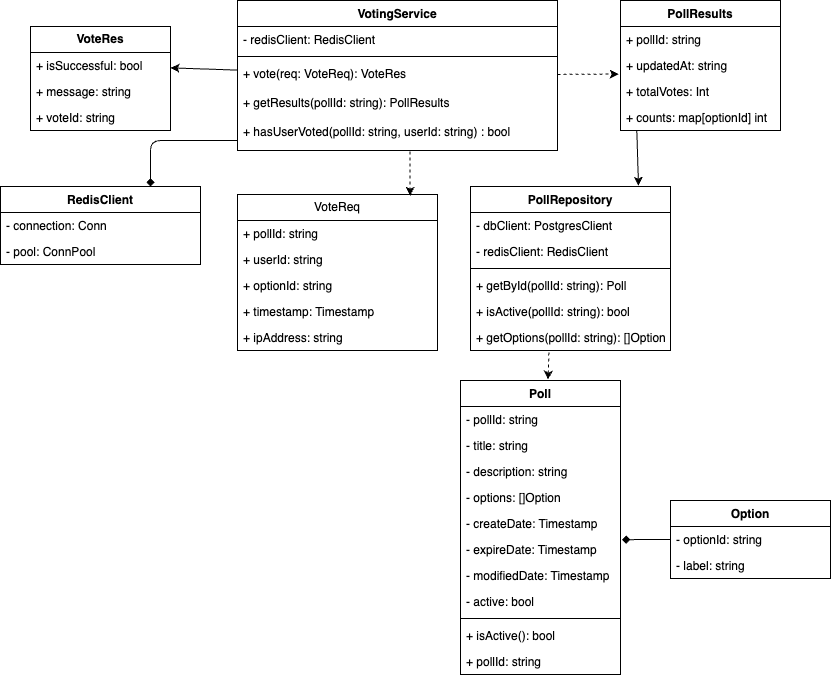
brunohaetinger/green-team keeps this draw.io diagram as 2026-03-02-voting-architecture/voting-service-class-diagram.drawio.png. Above is the earlier version. Source tidied: cells renumbered, new cells last; positions are measured from the earlier drawing's top-left corner, leaving out a move shared by most shapes.
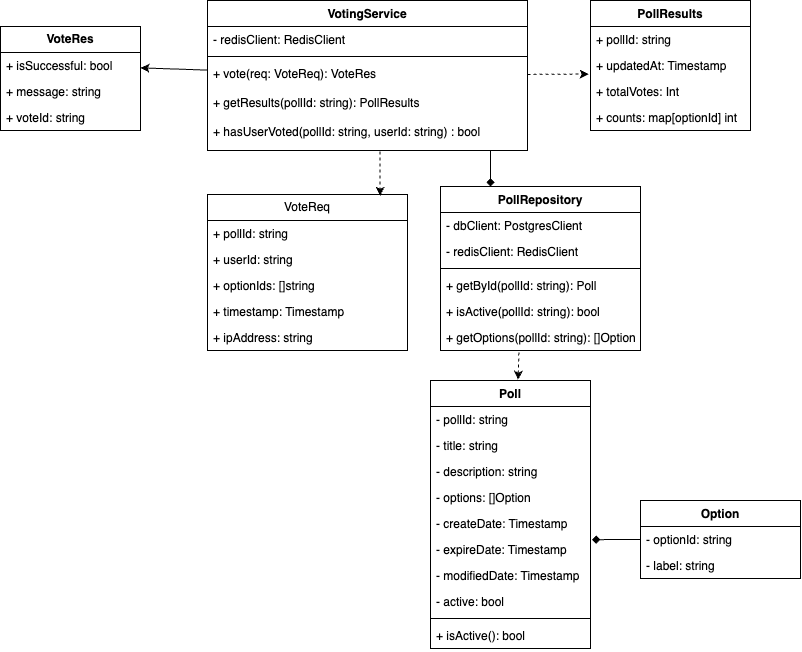
The same file after the commit.

What changed in the source:
```diff
@@ -29,7 +29,7 @@
     <mxCell id="10" value="+ userId: string" style="text;strokeColor=none;fillColor=none;align=left;verticalAlign=top;spacingLeft=4;spacingRight=4;overflow=hidden;whiteSpace=wrap;html=1;" parent="8" vertex="1">
       <mxGeometry y="52" width="200" height="26" as="geometry" />
     </mxCell>
-    <mxCell id="11" value="+ optionId: string" style="text;strokeColor=none;fillColor=none;align=left;verticalAlign=top;spacingLeft=4;spacingRight=4;overflow=hidden;whiteSpace=wrap;html=1;" parent="8" vertex="1">
+    <mxCell id="11" value="+ optionIds: []string" style="text;strokeColor=none;fillColor=none;align=left;verticalAlign=top;spacingLeft=4;spacingRight=4;overflow=hidden;whiteSpace=wrap;html=1;" parent="8" vertex="1">
       <mxGeometry y="78" width="200" height="26" as="geometry" />
     </mxCell>
     <mxCell id="12" value="+ timestamp: Timestamp" style="text;strokeColor=none;fillColor=none;align=left;verticalAlign=top;spacingLeft=4;spacingRight=4;overflow=hidden;whiteSpace=wrap;html=1;" parent="8" vertex="1">
@@ -51,7 +51,7 @@
       <mxGeometry y="78" width="140" height="26" as="geometry" />
     </mxCell>
     <mxCell id="18" value="Poll" style="swimlane;fontStyle=1;align=center;verticalAlign=top;horizontal=1;startSize=26;whiteSpace=wrap;html=1;" parent="1" vertex="1">
-      <mxGeometry x="460" y="380" width="160" height="294" as="geometry" />
+      <mxGeometry x="460" y="380" width="160" height="268" as="geometry" />
     </mxCell>
     <mxCell id="19" value="- pollId: string" style="text;strokeColor=none;fillColor=none;align=left;verticalAlign=top;spacingLeft=4;spacingRight=4;overflow=hidden;whiteSpace=wrap;html=1;" parent="18" vertex="1">
       <mxGeometry y="26" width="160" height="26" as="geometry" />
@@ -83,9 +83,6 @@
     <mxCell id="28" value="+ isActive(): bool" style="text;strokeColor=none;fillColor=none;align=left;verticalAlign=top;spacingLeft=4;spacingRight=4;overflow=hidden;whiteSpace=wrap;html=1;" parent="18" vertex="1">
       <mxGeometry y="242" width="160" height="26" as="geometry" />
     </mxCell>
-    <mxCell id="29" value="+ pollId: string" style="text;strokeColor=none;fillColor=none;align=left;verticalAlign=top;spacingLeft=4;spacingRight=4;overflow=hidden;whiteSpace=wrap;html=1;" parent="18" vertex="1">
-      <mxGeometry y="268" width="160" height="26" as="geometry" />
-    </mxCell>
     <mxCell id="30" value="Option" style="swimlane;fontStyle=1;align=center;verticalAlign=top;horizontal=1;startSize=26;whiteSpace=wrap;html=1;" parent="1" vertex="1">
       <mxGeometry x="670" y="500" width="160" height="78" as="geometry" />
     </mxCell>
@@ -101,16 +98,13 @@
     <mxCell id="34" style="endArrow=classic;html=1;exitX=0.392;exitY=1.08;exitDx=0;exitDy=0;dashed=1;entryX=0.547;entryY=-0.003;entryDx=0;entryDy=0;entryPerimeter=0;exitPerimeter=0;" parent="1" edge="1" source="48" target="18">
       <mxGeometry relative="1" as="geometry" />
     </mxCell>
-    <mxCell id="35" style="edgeStyle=none;html=1;exitX=0.102;exitY=1.013;exitDx=0;exitDy=0;exitPerimeter=0;entryX=0.84;entryY=-0.005;entryDx=0;entryDy=0;entryPerimeter=0;" parent="1" edge="1" source="40" target="42">
-      <mxGeometry relative="1" as="geometry" />
-    </mxCell>
     <mxCell id="36" value="PollResults" style="swimlane;fontStyle=1;align=center;verticalAlign=top;horizontal=1;startSize=26;whiteSpace=wrap;html=1;" parent="1" vertex="1">
       <mxGeometry x="620" width="160" height="130" as="geometry" />
     </mxCell>
     <mxCell id="37" value="+ pollId: string" style="text;strokeColor=none;fillColor=none;align=left;verticalAlign=top;spacingLeft=4;spacingRight=4;overflow=hidden;whiteSpace=wrap;html=1;" parent="36" vertex="1">
       <mxGeometry y="26" width="160" height="26" as="geometry" />
     </mxCell>
-    <mxCell id="38" value="+ updatedAt: string" style="text;strokeColor=none;fillColor=none;align=left;verticalAlign=top;spacingLeft=4;spacingRight=4;overflow=hidden;points=[[0,0.5],[1,0.5]];portConstraint=eastwest;whiteSpace=wrap;html=1;" parent="36" vertex="1">
+    <mxCell id="38" value="+ updatedAt: Timestamp" style="text;strokeColor=none;fillColor=none;align=left;verticalAlign=top;spacingLeft=4;spacingRight=4;overflow=hidden;points=[[0,0.5],[1,0.5]];portConstraint=eastwest;whiteSpace=wrap;html=1;" parent="36" vertex="1">
       <mxGeometry y="52" width="160" height="26" as="geometry" />
     </mxCell>
     <mxCell id="39" value="+ totalVotes: Int" style="text;strokeColor=none;fillColor=none;align=left;verticalAlign=top;spacingLeft=4;spacingRight=4;overflow=hidden;whiteSpace=wrap;html=1;" parent="36" vertex="1">
@@ -143,21 +137,8 @@
     <mxCell id="48" value="+ getOptions(pollId: string): []Option" style="text;strokeColor=none;fillColor=none;align=left;verticalAlign=top;spacingLeft=4;spacingRight=4;overflow=hidden;points=[[0,0.5],[1,0.5]];portConstraint=eastwest;whiteSpace=wrap;html=1;" parent="42" vertex="1">
       <mxGeometry y="138" width="200" height="26" as="geometry" />
     </mxCell>
-    <mxCell id="49" value="RedisClient&lt;div&gt;&lt;br&gt;&lt;/div&gt;" style="swimlane;fontStyle=1;align=center;verticalAlign=top;horizontal=1;startSize=26;whiteSpace=wrap;html=1;" parent="1" vertex="1">
-      <mxGeometry y="186" width="200" height="78" as="geometry" />
-    </mxCell>
-    <mxCell id="50" value="- connection: Conn" style="text;strokeColor=none;fillColor=none;align=left;verticalAlign=top;spacingLeft=4;spacingRight=4;overflow=hidden;whiteSpace=wrap;html=1;" parent="49" vertex="1">
-      <mxGeometry y="26" width="200" height="26" as="geometry" />
-    </mxCell>
-    <mxCell id="51" value="- pool: ConnPool" style="text;strokeColor=none;fillColor=none;align=left;verticalAlign=top;spacingLeft=4;spacingRight=4;overflow=hidden;whiteSpace=wrap;html=1;" parent="49" vertex="1">
-      <mxGeometry y="52" width="200" height="26" as="geometry" />
-    </mxCell>
-    <mxCell id="52" style="edgeStyle=none;html=1;entryX=0.75;entryY=0;entryDx=0;entryDy=0;exitX=-0.001;exitY=0.889;exitDx=0;exitDy=0;exitPerimeter=0;endArrow=diamond;endFill=1;" parent="1" edge="1" source="7" target="49">
-      <mxGeometry relative="1" as="geometry">
-        <Array as="points">
-          <mxPoint x="150" y="140" />
-        </Array>
-      </mxGeometry>
-    </mxCell>
+    <mxCell id="53" style="edgeStyle=none;html=1;entryX=0.25;entryY=0;entryDx=0;entryDy=0;exitX=0.884;exitY=1;exitDx=0;exitDy=0;exitPerimeter=0;endArrow=diamond;endFill=1;" parent="1" edge="1" source="7" target="42">
+      <mxGeometry relative="1" as="geometry" />
+    </mxCell>
   </root>
 </mxGraphModel>
```
